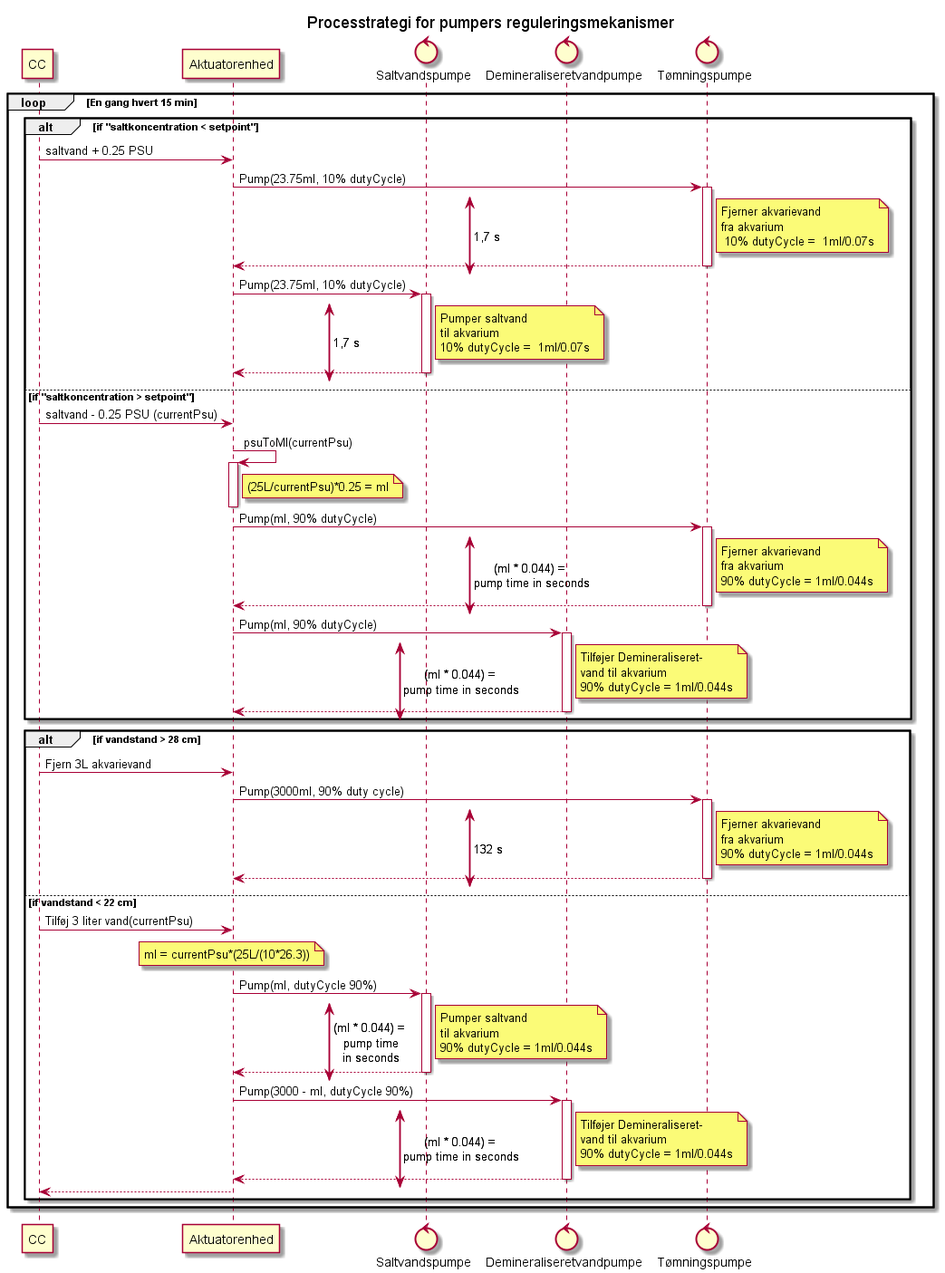
The PlantUML diagram Design/Akutuator enhed/Domnaemodel_AE/Pumpe/SD_pumpningsforløb.png in Solvgraa-mager/E4PRJ4, before a commit.
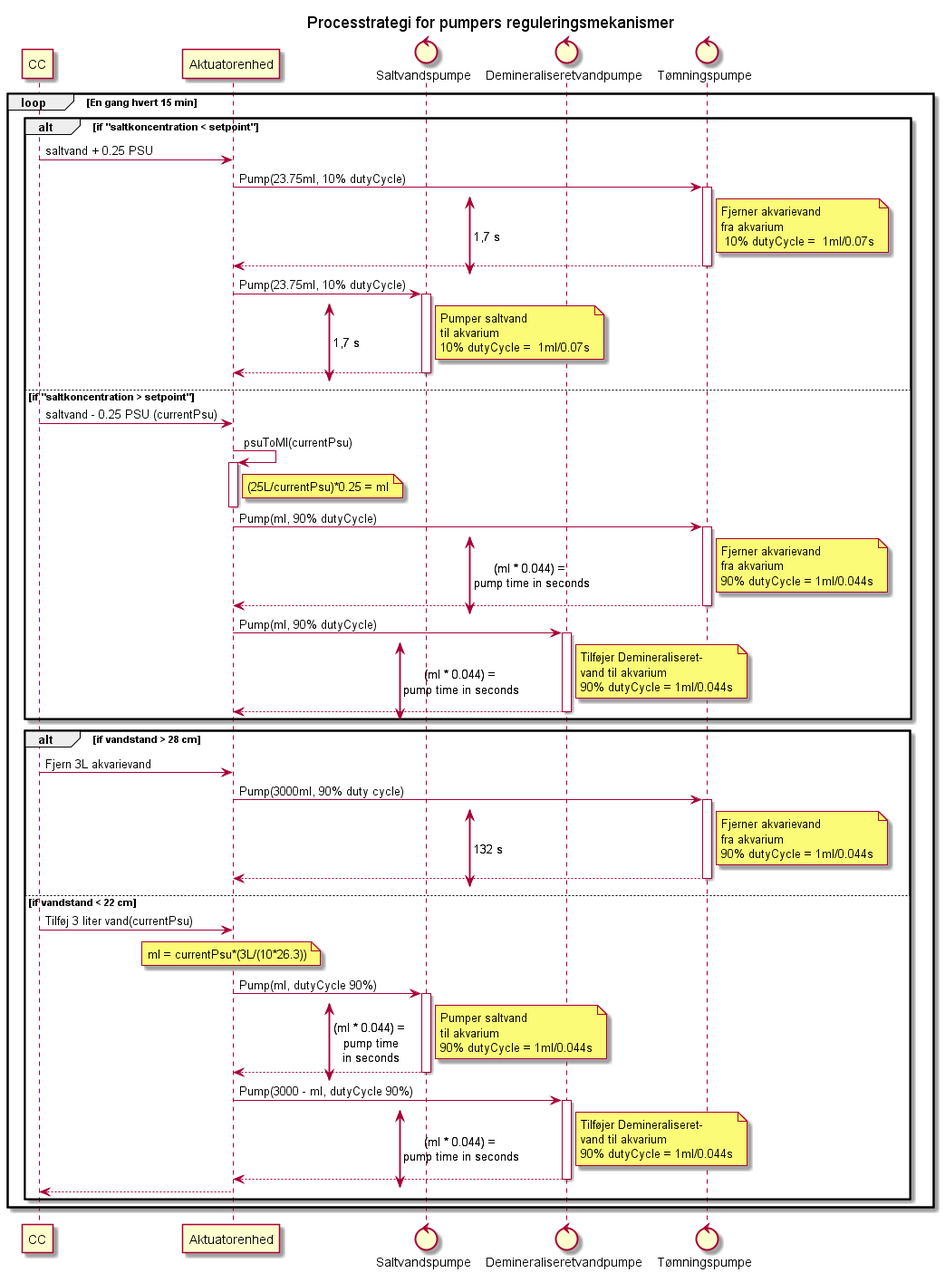
Above is the later version.

What changed in the source:
```diff
@@ -65,7 +65,7 @@
     else if vandstand < 22 cm
         CC -> Aktuatorenhed : Tilføj 3 liter vand(currentPsu)
 
-        note over Aktuatorenhed : ml = currentPsu*(25L/(10*26.3))
+        note over Aktuatorenhed : ml = currentPsu*(3L/(10*26.3))
         {startSalt2} Aktuatorenhed -> Saltvandspumpe : Pump(ml, dutyCycle 90%)
         activate Saltvandspumpe
         note right Saltvandspumpe : Pumper saltvand\ntil akvarium\n90% dutyCycle = 1ml/0.044s
```
